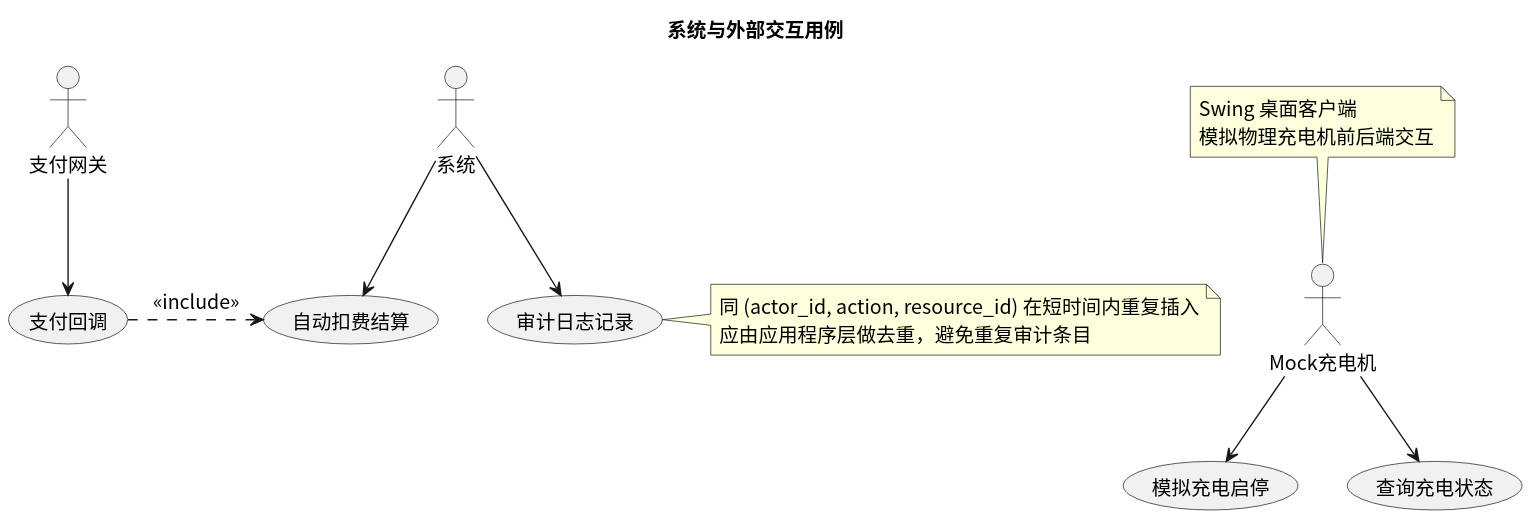
Above: usecase/docs/overview/img/external_usecases.svg in greenhandzdl/charging-station-doc (PlantUML), before the change.
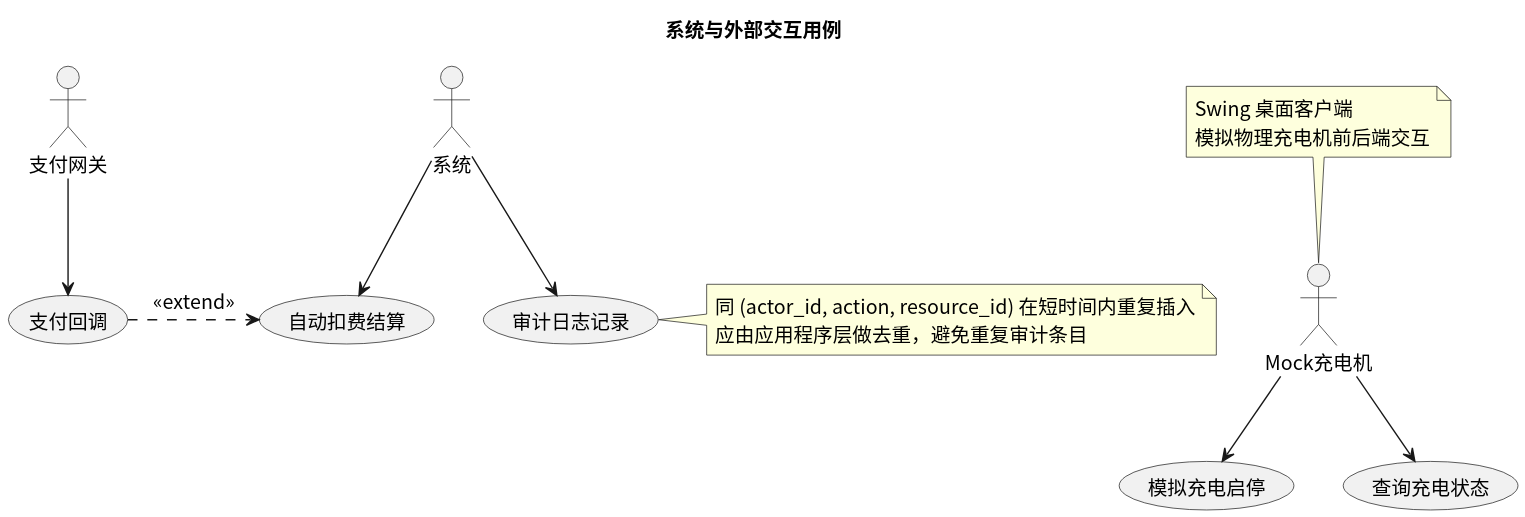
Above is the later version.

The edit, as a diff of the source:
```diff
@@ -23,5 +23,5 @@
 MC --> QC_CM
 note top of MC : Swing 桌面客户端\n模拟物理充电机前后端交互
 
-AUTO <.left. CB : <<include>>
+AUTO <.left. CB : <<extend>>
 @enduml
```
